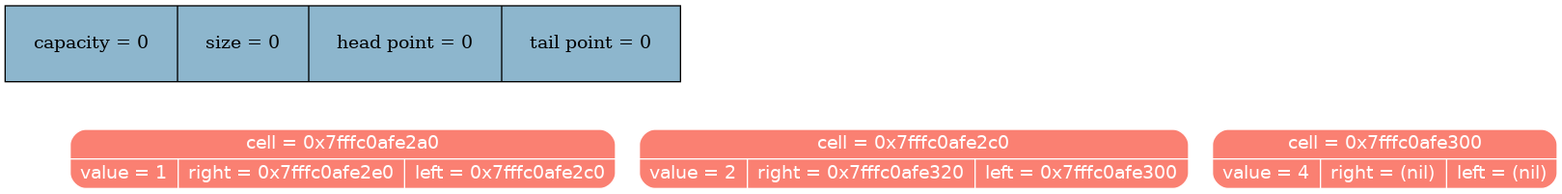
Before: dump_info/tree_dump.png, a diagram exported from Graphviz (MaxGroshev/tree). Its source is kept beside it as dump_info/tree_dump.dot. The source it was exported from:
```dot
digraph
{
rankdir = ""
splines = "(null)"

node_stat [margin = "0.3*0.3", style = "filled", shape = "record", fillcolor = "#8DB6CD" label = "capacity = 0 | size = 0 | head point = 0 | tail point = 0"]
{rank = source; node_stat}

node0x4a4c040 [shape = "Mrecord", fillcolor = "#FA8072", style = "filled", fontcolor = "white", fontname = "Calibri", color = "white", label = "{cell = 0x4a4c040\n | {value = 1 |right = 0x4a4c100 |left = 0x4a4c0a0}}"]
node0x4a4c0a0 [shape = "Mrecord", fillcolor = "#FA8072", style = "filled", fontcolor = "white", fontname = "Calibri", color = "white", label = "{cell = 0x4a4c0a0\n | {value = 2 |right = 0x4a4c1c0 |left = 0x4a4c160}}"]
node0x4a4c160 [shape = "Mrecord", fillcolor = "#FA8072", style = "filled", fontcolor = "white", fontname = "Calibri", color = "white", label = "{cell = 0x4a4c160\n | {value = 4 |right = (nil) |left = (nil)}}"]
```
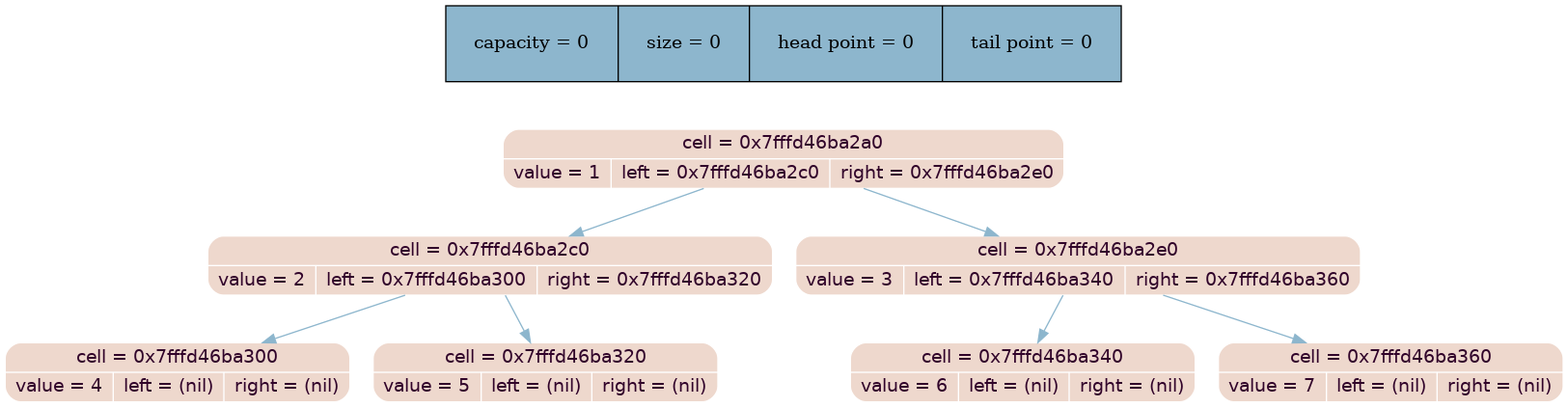
Above is the later version.

Commit message:
print of tree

Change to the diagram source:
```diff
@@ -6,6 +6,17 @@
 node_stat [margin = "0.3*0.3", style = "filled", shape = "record", fillcolor = "#8DB6CD" label = "capacity = 0 | size = 0 | head point = 0 | tail point = 0"]
 {rank = source; node_stat}
 
-node0x4a4c040 [shape = "Mrecord", fillcolor = "#FA8072", style = "filled", fontcolor = "white", fontname = "Calibri", color = "white", label = "{cell = 0x4a4c040\n | {value = 1 |right = 0x4a4c100 |left = 0x4a4c0a0}}"]
-node0x4a4c0a0 [shape = "Mrecord", fillcolor = "#FA8072", style = "filled", fontcolor = "white", fontname = "Calibri", color = "white", label = "{cell = 0x4a4c0a0\n | {value = 2 |right = 0x4a4c1c0 |left = 0x4a4c160}}"]
-node0x4a4c160 [shape = "Mrecord", fillcolor = "#FA8072", style = "filled", fontcolor = "white", fontname = "Calibri", color = "white", label = "{cell = 0x4a4c160\n | {value = 4 |right = (nil) |left = (nil)}}"]
+node0x7fffd46ba2a0 [shape = "Mrecord", fillcolor = "#eed8cd", style = "filled", fontcolor = "#31032A", fontname = "Calibri", color = "white", label = "{cell = 0x7fffd46ba2a0\n | {value = 1 |left = 0x7fffd46ba2c0 |right = 0x7fffd46ba2e0}}"]
+node0x7fffd46ba2a0 -> node0x7fffd46ba2c0 [color = "#8DB6CD", style = "", constraint = true, fillcolor = "#8DB6CD",   fontcolor = "", fontname = "Calibri", label = ""];
+node0x7fffd46ba2c0 [shape = "Mrecord", fillcolor = "#eed8cd", style = "filled", fontcolor = "#31032A", fontname = "Calibri", color = "white", label = "{cell = 0x7fffd46ba2c0\n | {value = 2 |left = 0x7fffd46ba300 |right = 0x7fffd46ba320}}"]
+node0x7fffd46ba2c0 -> node0x7fffd46ba300 [color = "#8DB6CD", style = "", constraint = true, fillcolor = "#8DB6CD",   fontcolor = "", fontname = "Calibri", label = ""];
+node0x7fffd46ba300 [shape = "Mrecord", fillcolor = "#eed8cd", style = "filled", fontcolor = "#31032A", fontname = "Calibri", color = "white", label = "{cell = 0x7fffd46ba300\n | {value = 4 |left = (nil) |right = (nil)}}"]
+node0x7fffd46ba2c0 -> node0x7fffd46ba320 [color = "#8DB6CD", style = "", constraint = true, fillcolor = "#8DB6CD",   fontcolor = "", fontname = "Calibri", label = ""];
+node0x7fffd46ba320 [shape = "Mrecord", fillcolor = "#eed8cd", style = "filled", fontcolor = "#31032A", fontname = "Calibri", color = "white", label = "{cell = 0x7fffd46ba320\n | {value = 5 |left = (nil) |right = (nil)}}"]
+node0x7fffd46ba2a0 -> node0x7fffd46ba2e0 [color = "#8DB6CD", style = "", constraint = true, fillcolor = "#8DB6CD",   fontcolor = "", fontname = "Calibri", label = ""];
+node0x7fffd46ba2e0 [shape = "Mrecord", fillcolor = "#eed8cd", style = "filled", fontcolor = "#31032A", fontname = "Calibri", color = "white", label = "{cell = 0x7fffd46ba2e0\n | {value = 3 |left = 0x7fffd46ba340 |right = 0x7fffd46ba360}}"]
+node0x7fffd46ba2e0 -> node0x7fffd46ba340 [color = "#8DB6CD", style = "", constraint = true, fillcolor = "#8DB6CD",   fontcolor = "", fontname = "Calibri", label = ""];
+node0x7fffd46ba340 [shape = "Mrecord", fillcolor = "#eed8cd", style = "filled", fontcolor = "#31032A", fontname = "Calibri", color = "white", label = "{cell = 0x7fffd46ba340\n | {value = 6 |left = (nil) |right = (nil)}}"]
+node0x7fffd46ba2e0 -> node0x7fffd46ba360 [color = "#8DB6CD", style = "", constraint = true, fillcolor = "#8DB6CD",   fontcolor = "", fontname = "Calibri", label = ""];
+node0x7fffd46ba360 [shape = "Mrecord", fillcolor = "#eed8cd", style = "filled", fontcolor = "#31032A", fontname = "Calibri", color = "white", label = "{cell = 0x7fffd46ba360\n | {value = 7 |left = (nil) |right = (nil)}}"]
+}
```
